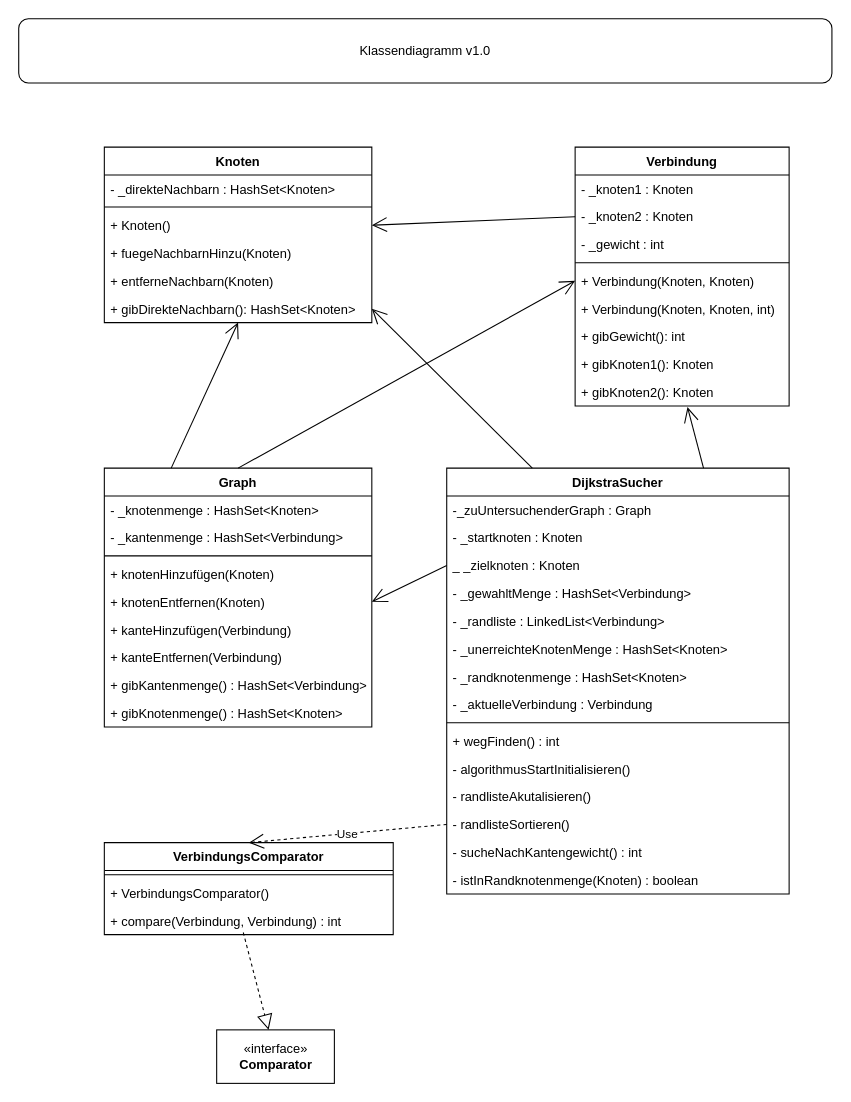
The draw.io diagram Klassendiagramm.drawio in michael-mutin/Dijkstras-Wellen-Algorithmus, before the edit. Source tidied: cells renumbered, new cells numbered last; positions are measured from the earlier drawing's top-left corner, leaving out a move shared by most shapes. Both pictures are drawn from the tidied source at 107%, with x=0, y=0 at pixel (18, 18).
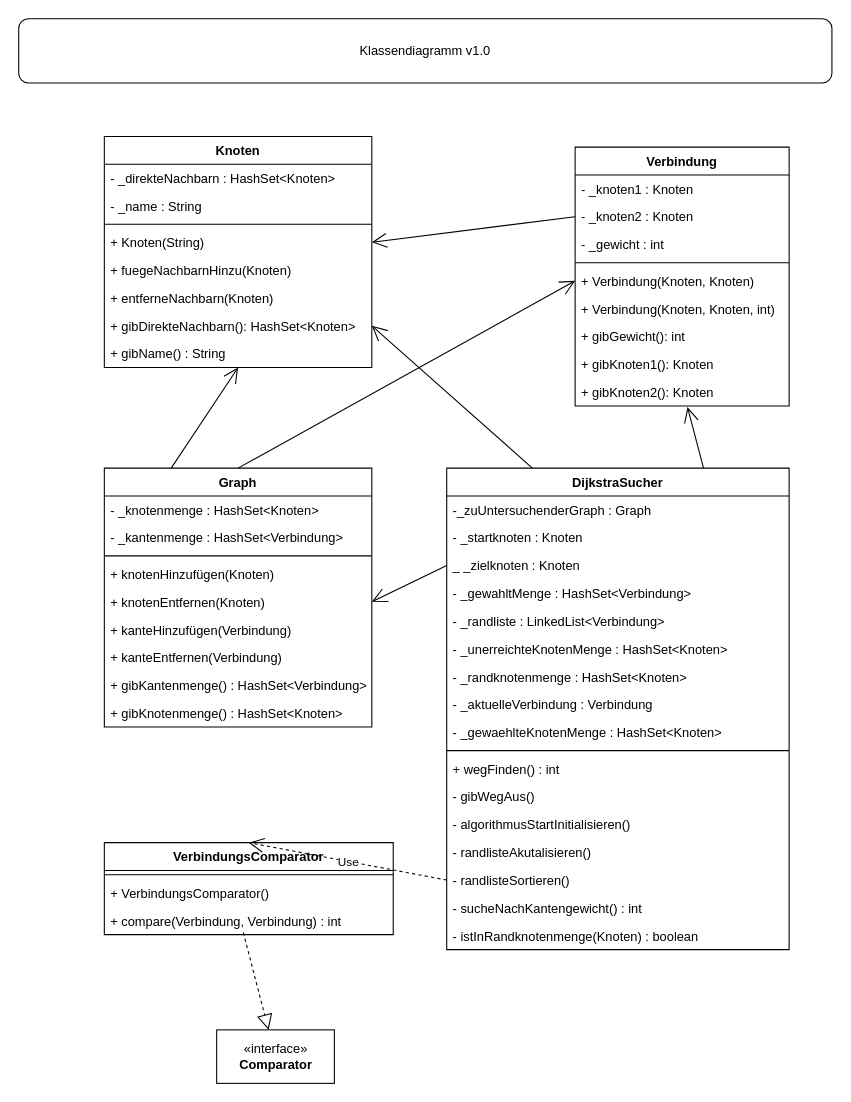
The same page after the edit.

Commit message (it also covers changes not shown here):
private Methode 'gibWegAus' hinzugefügt

Change to the diagram source:
```diff
@@
     <mxCell id="12" value="Knoten" style="swimlane;fontStyle=1;align=center;verticalAlign=top;horizontal=1;startSize=26;" parent="1" vertex="1">
-      <mxGeometry x="80" y="120" width="250" height="164" as="geometry" />
+      <mxGeometry x="80" y="110" width="250" height="216" as="geometry" />
     </mxCell>
@@
+    <mxCell id="59" value="- _name : String" style="text;strokeColor=none;fillColor=none;align=left;verticalAlign=top;spacingLeft=4;spacingRight=4;overflow=hidden;" parent="12" vertex="1">
+      <mxGeometry y="52" width="250" height="26" as="geometry" />
+    </mxCell>
     <mxCell id="14" style="line;strokeWidth=1;fillColor=none;align=left;verticalAlign=middle;spacingTop=-1;spacingLeft=3;spacingRight=3;labelPosition=right;" parent="12" vertex="1">
-      <mxGeometry y="52" width="250" height="8" as="geometry" />
+      <mxGeometry y="78" width="250" height="8" as="geometry" />
     </mxCell>
-    <mxCell id="15" value="+ Knoten()" style="text;strokeColor=none;fillColor=none;align=left;verticalAlign=top;spacingLeft=4;spacingRight=4;overflow=hidden;points=[[0,0.5],[1,0.5]];portConstraint=eastwest;" parent="12" vertex="1">
-      <mxGeometry y="60" width="250" height="26" as="geometry" />
+    <mxCell id="15" value="+ Knoten(String)" style="text;strokeColor=none;fillColor=none;align=left;verticalAlign=top;spacingLeft=4;spacingRight=4;overflow=hidden;points=[[0,0.5],[1,0.5]];portConstraint=eastwest;" parent="12" vertex="1">
+      <mxGeometry y="86" width="250" height="26" as="geometry" />
     </mxCell>
     <mxCell id="16" value="+ fuegeNachbarnHinzu(Knoten)" style="text;strokeColor=none;fillColor=none;align=left;verticalAlign=top;spacingLeft=4;spacingRight=4;overflow=hidden;" parent="12" vertex="1">
-      <mxGeometry y="86" width="250" height="26" as="geometry" />
+      <mxGeometry y="112" width="250" height="26" as="geometry" />
     </mxCell>
     <mxCell id="17" value="+ entferneNachbarn(Knoten)" style="text;strokeColor=none;fillColor=none;align=left;verticalAlign=top;spacingLeft=4;spacingRight=4;overflow=hidden;" parent="12" vertex="1">
-      <mxGeometry y="112" width="250" height="26" as="geometry" />
+      <mxGeometry y="138" width="250" height="26" as="geometry" />
     </mxCell>
     <mxCell id="18" value="+ gibDirekteNachbarn(): HashSet&lt;Knoten&gt;" style="text;strokeColor=none;fillColor=none;align=left;verticalAlign=top;spacingLeft=4;spacingRight=4;overflow=hidden;points=[[0,0.5],[1,0.5]];portConstraint=eastwest;" parent="12" vertex="1">
-      <mxGeometry y="138" width="250" height="26" as="geometry" />
+      <mxGeometry y="164" width="250" height="26" as="geometry" />
     </mxCell>
+    <mxCell id="60" value="+ gibName() : String" style="text;strokeColor=none;fillColor=none;align=left;verticalAlign=top;spacingLeft=4;spacingRight=4;overflow=hidden;" parent="12" vertex="1">
+      <mxGeometry y="190" width="250" height="26" as="geometry" />
+    </mxCell>
@@
     <mxCell id="33" value="DijkstraSucher" style="swimlane;fontStyle=1;align=center;verticalAlign=top;horizontal=1;startSize=26;" parent="1" vertex="1">
-      <mxGeometry x="400" y="420" width="320" height="398" as="geometry" />
+      <mxGeometry x="400" y="420" width="320" height="450" as="geometry" />
     </mxCell>
@@
+    <mxCell id="61" value="- _gewaehlteKnotenMenge : HashSet&lt;Knoten&gt;" style="text;strokeColor=none;fillColor=none;align=left;verticalAlign=top;spacingLeft=4;spacingRight=4;overflow=hidden;" parent="33" vertex="1">
+      <mxGeometry y="234" width="320" height="26" as="geometry" />
+    </mxCell>
     <mxCell id="42" style="line;strokeWidth=1;fillColor=none;align=left;verticalAlign=middle;spacingTop=-1;spacingLeft=3;spacingRight=3;labelPosition=right;" parent="33" vertex="1">
-      <mxGeometry y="234" width="320" height="8" as="geometry" />
+      <mxGeometry y="260" width="320" height="8" as="geometry" />
     </mxCell>
     <mxCell id="43" value="+ wegFinden() : int" style="text;strokeColor=none;fillColor=none;align=left;verticalAlign=top;spacingLeft=4;spacingRight=4;overflow=hidden;" parent="33" vertex="1">
-      <mxGeometry y="242" width="320" height="26" as="geometry" />
+      <mxGeometry y="268" width="320" height="26" as="geometry" />
     </mxCell>
+    <mxCell id="62" value="- gibWegAus()" style="text;strokeColor=none;fillColor=none;align=left;verticalAlign=top;spacingLeft=4;spacingRight=4;overflow=hidden;" parent="33" vertex="1">
+      <mxGeometry y="294" width="320" height="26" as="geometry" />
+    </mxCell>
     <mxCell id="44" value="- algorithmusStartInitialisieren()" style="text;strokeColor=none;fillColor=none;align=left;verticalAlign=top;spacingLeft=4;spacingRight=4;overflow=hidden;" parent="33" vertex="1">
-      <mxGeometry y="268" width="320" height="26" as="geometry" />
+      <mxGeometry y="320" width="320" height="26" as="geometry" />
     </mxCell>
     <mxCell id="45" value="- randlisteAkutalisieren()" style="text;strokeColor=none;fillColor=none;align=left;verticalAlign=top;spacingLeft=4;spacingRight=4;overflow=hidden;" parent="33" vertex="1">
-      <mxGeometry y="294" width="320" height="26" as="geometry" />
+      <mxGeometry y="346" width="320" height="26" as="geometry" />
     </mxCell>
     <mxCell id="46" value="- randlisteSortieren()" style="text;strokeColor=none;fillColor=none;align=left;verticalAlign=top;spacingLeft=4;spacingRight=4;overflow=hidden;points=[[0,0.5],[1,0.5]];portConstraint=eastwest;" parent="33" vertex="1">
-      <mxGeometry y="320" width="320" height="26" as="geometry" />
+      <mxGeometry y="372" width="320" height="26" as="geometry" />
     </mxCell>
     <mxCell id="47" value="- sucheNachKantengewicht() : int" style="text;strokeColor=none;fillColor=none;align=left;verticalAlign=top;spacingLeft=4;spacingRight=4;overflow=hidden;" parent="33" vertex="1">
-      <mxGeometry y="346" width="320" height="26" as="geometry" />
+      <mxGeometry y="398" width="320" height="26" as="geometry" />
     </mxCell>
     <mxCell id="48" value="- istInRandknotenmenge(Knoten) : boolean" style="text;strokeColor=none;fillColor=none;align=left;verticalAlign=top;spacingLeft=4;spacingRight=4;overflow=hidden;" parent="33" vertex="1">
-      <mxGeometry y="372" width="320" height="26" as="geometry" />
+      <mxGeometry y="424" width="320" height="26" as="geometry" />
     </mxCell>
```
